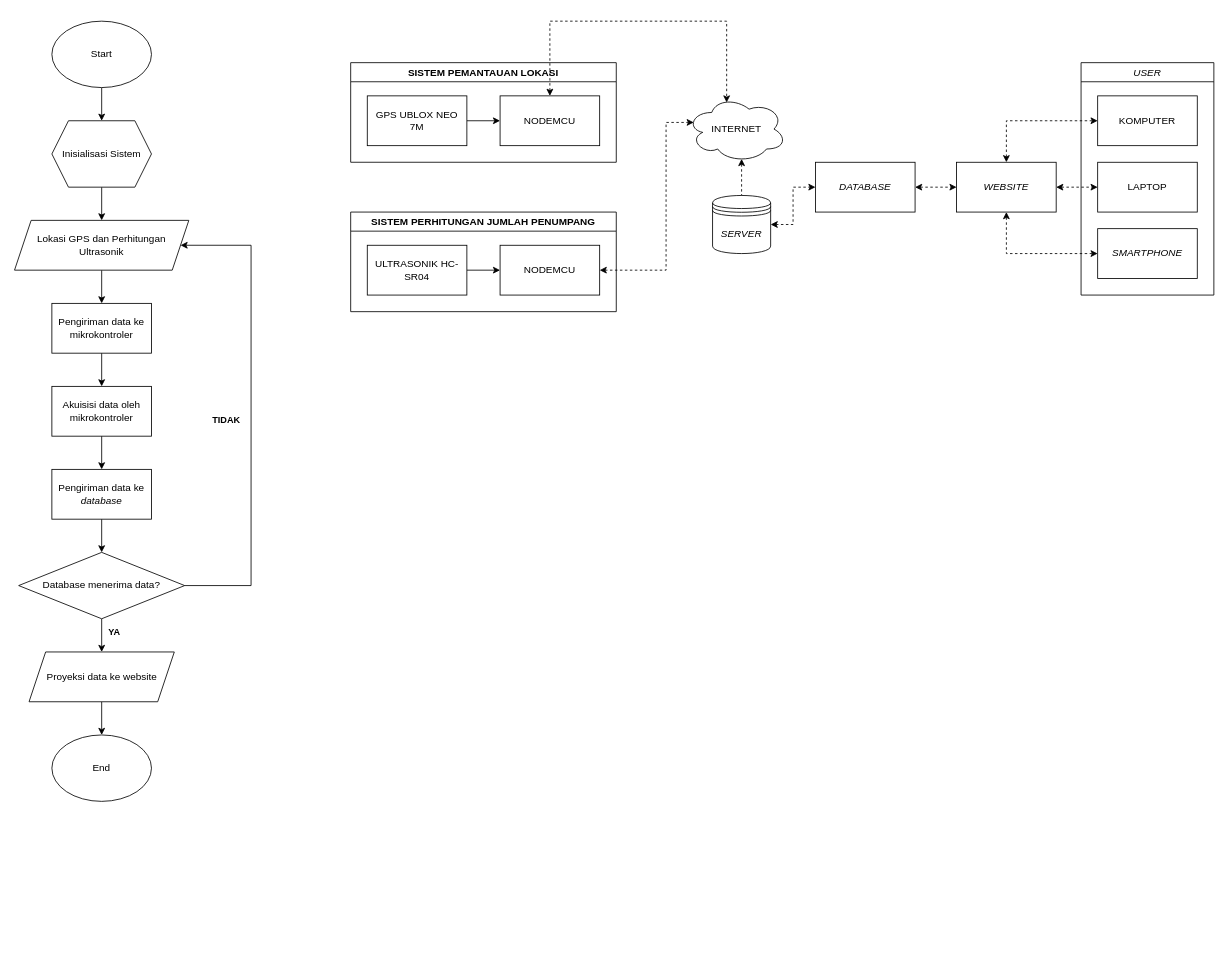
The draw.io diagram Diagram Blok dan Diagram Alir.drawio in ismailjundi/gpbus, before the edit. Source tidied: cells renumbered, new cells numbered last; positions are measured from the earlier drawing's top-left corner, leaving out a move shared by most shapes. Both pictures are drawn from the tidied source at 83%, with x=0, y=0 at pixel (14, 21).
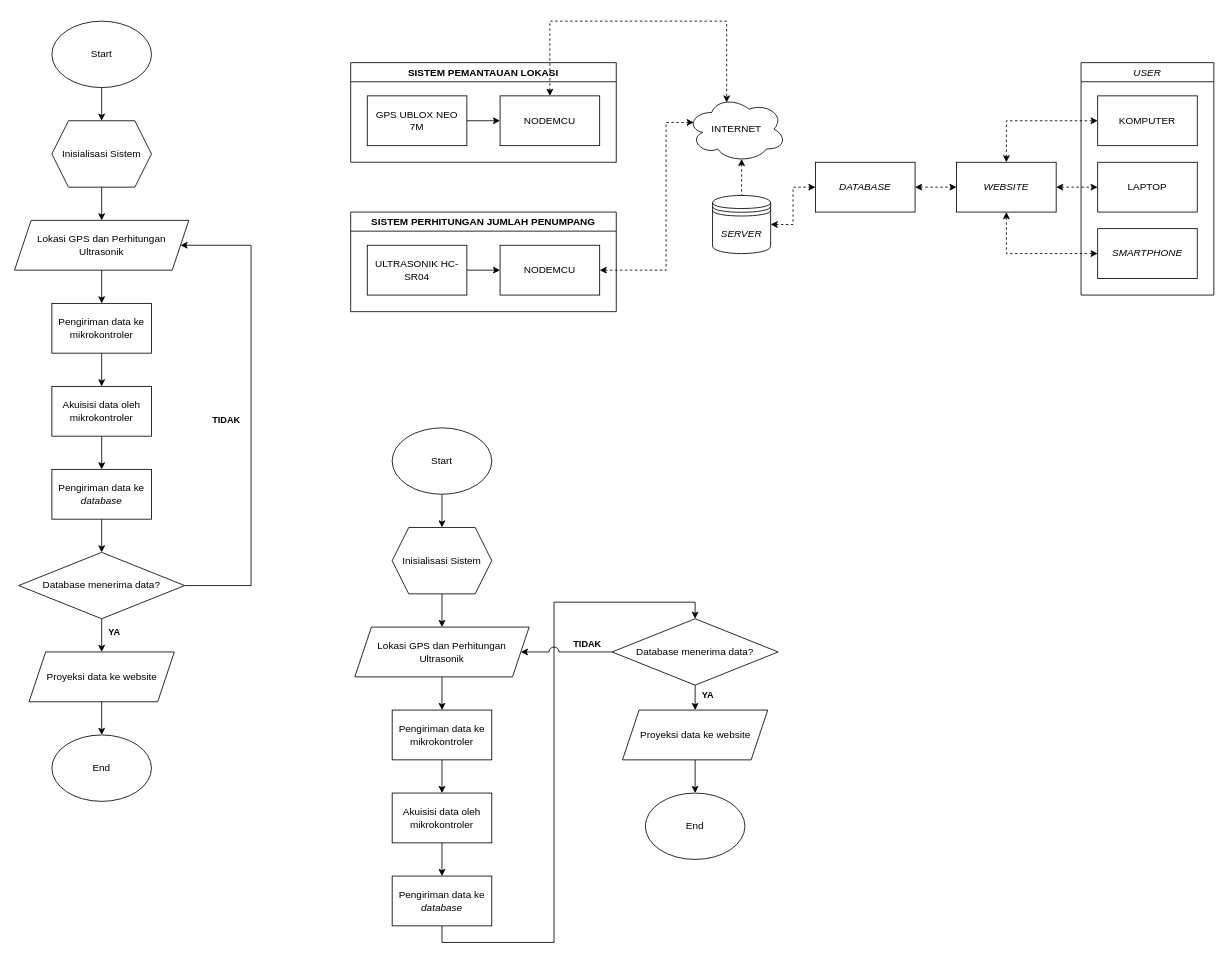
The same page after the edit.

The edit, as a diff of the source:
```diff
@@
+    <mxCell id="44" style="edgeStyle=orthogonalEdgeStyle;rounded=0;jettySize=auto;html=1;exitX=0.5;exitY=1;exitDx=0;exitDy=0;entryX=0.5;entryY=0;entryDx=0;entryDy=0;" parent="1" edge="1" source="45" target="47">
+      <mxGeometry relative="1" as="geometry" />
+    </mxCell>
+    <mxCell id="45" value="Start" style="ellipse;whiteSpace=wrap;html=1;" parent="1" vertex="1">
+      <mxGeometry x="455" y="490" width="120" height="80" as="geometry" />
+    </mxCell>
+    <mxCell id="46" style="edgeStyle=orthogonalEdgeStyle;rounded=0;jettySize=auto;html=1;exitX=0.5;exitY=1;exitDx=0;exitDy=0;entryX=0.5;entryY=0;entryDx=0;entryDy=0;" parent="1" edge="1" source="47" target="49">
+      <mxGeometry relative="1" as="geometry" />
+    </mxCell>
+    <mxCell id="47" value="Inisialisasi Sistem" style="shape=hexagon;perimeter=hexagonPerimeter2;whiteSpace=wrap;html=1;fixedSize=1;" parent="1" vertex="1">
+      <mxGeometry x="455" y="610" width="120" height="80" as="geometry" />
+    </mxCell>
+    <mxCell id="48" style="edgeStyle=orthogonalEdgeStyle;rounded=0;jettySize=auto;html=1;exitX=0.5;exitY=1;exitDx=0;exitDy=0;entryX=0.5;entryY=0;entryDx=0;entryDy=0;" parent="1" edge="1" source="49" target="53">
+      <mxGeometry relative="1" as="geometry" />
+    </mxCell>
+    <mxCell id="49" value="Lokasi GPS dan Perhitungan Ultrasonik" style="shape=parallelogram;perimeter=parallelogramPerimeter;whiteSpace=wrap;html=1;fixedSize=1;" parent="1" vertex="1">
+      <mxGeometry x="410" y="730" width="210" height="60" as="geometry" />
+    </mxCell>
+    <mxCell id="50" style="edgeStyle=orthogonalEdgeStyle;rounded=0;jettySize=auto;html=1;exitX=0.5;exitY=1;exitDx=0;exitDy=0;entryX=0.5;entryY=0;entryDx=0;entryDy=0;" parent="1" edge="1" source="51" target="55">
+      <mxGeometry relative="1" as="geometry" />
+    </mxCell>
+    <mxCell id="51" value="Akuisisi data oleh mikrokontroler" style="rounded=0;whiteSpace=wrap;html=1;" parent="1" vertex="1">
+      <mxGeometry x="455" y="930" width="120" height="60" as="geometry" />
+    </mxCell>
+    <mxCell id="52" style="edgeStyle=orthogonalEdgeStyle;rounded=0;jettySize=auto;html=1;exitX=0.5;exitY=1;exitDx=0;exitDy=0;entryX=0.5;entryY=0;entryDx=0;entryDy=0;" parent="1" edge="1" source="53" target="51">
+      <mxGeometry relative="1" as="geometry" />
+    </mxCell>
+    <mxCell id="53" value="Pengiriman data ke mikrokontroler" style="rounded=0;whiteSpace=wrap;html=1;" parent="1" vertex="1">
+      <mxGeometry x="455" y="830" width="120" height="60" as="geometry" />
+    </mxCell>
+    <mxCell id="54" style="edgeStyle=orthogonalEdgeStyle;rounded=0;jettySize=auto;html=1;exitX=0.5;exitY=1;exitDx=0;exitDy=0;entryX=0.5;entryY=0;entryDx=0;entryDy=0;flowAnimation=0;" parent="1" edge="1" source="55" target="58">
+      <mxGeometry relative="1" as="geometry">
+        <Array as="points">
+          <mxPoint x="515" y="1110" />
+          <mxPoint x="650" y="1110" />
+          <mxPoint x="650" y="700" />
+          <mxPoint x="820" y="700" />
+        </Array>
+      </mxGeometry>
+    </mxCell>
+    <mxCell id="55" value="Pengiriman data ke &lt;i&gt;database&lt;/i&gt;" style="rounded=0;whiteSpace=wrap;html=1;" parent="1" vertex="1">
+      <mxGeometry x="455" y="1030" width="120" height="60" as="geometry" />
+    </mxCell>
+    <mxCell id="56" value="&lt;b&gt;YA&lt;/b&gt;" style="edgeStyle=orthogonalEdgeStyle;rounded=0;jettySize=auto;html=1;exitX=0.5;exitY=1;exitDx=0;exitDy=0;entryX=0.5;entryY=0;entryDx=0;entryDy=0;" parent="1" edge="1" source="58" target="60">
+      <mxGeometry x="-0.2" y="15" relative="1" as="geometry" />
+    </mxCell>
+    <mxCell id="57" value="&lt;b&gt;TIDAK&lt;/b&gt;" style="edgeStyle=orthogonalEdgeStyle;rounded=0;jettySize=auto;html=1;exitX=0;exitY=0.5;exitDx=0;exitDy=0;entryX=1;entryY=0.5;entryDx=0;entryDy=0;jumpStyle=arc;jumpSize=12;" parent="1" edge="1" source="58" target="49">
+      <mxGeometry x="-0.45" y="-10" relative="1" as="geometry" />
+    </mxCell>
+    <mxCell id="58" value="Database menerima data?" style="rhombus;whiteSpace=wrap;html=1;" parent="1" vertex="1">
+      <mxGeometry x="720" y="720" width="200" height="80" as="geometry" />
+    </mxCell>
+    <mxCell id="59" style="edgeStyle=orthogonalEdgeStyle;rounded=0;jettySize=auto;html=1;exitX=0.5;exitY=1;exitDx=0;exitDy=0;entryX=0.5;entryY=0;entryDx=0;entryDy=0;" parent="1" edge="1" source="60" target="61">
+      <mxGeometry relative="1" as="geometry" />
+    </mxCell>
+    <mxCell id="60" value="Proyeksi data ke website" style="shape=parallelogram;perimeter=parallelogramPerimeter;whiteSpace=wrap;html=1;fixedSize=1;" parent="1" vertex="1">
+      <mxGeometry x="732.5" y="830" width="175" height="60" as="geometry" />
+    </mxCell>
+    <mxCell id="61" value="End" style="ellipse;whiteSpace=wrap;html=1;" parent="1" vertex="1">
+      <mxGeometry x="760" y="930" width="120" height="80" as="geometry" />
+    </mxCell>
```
